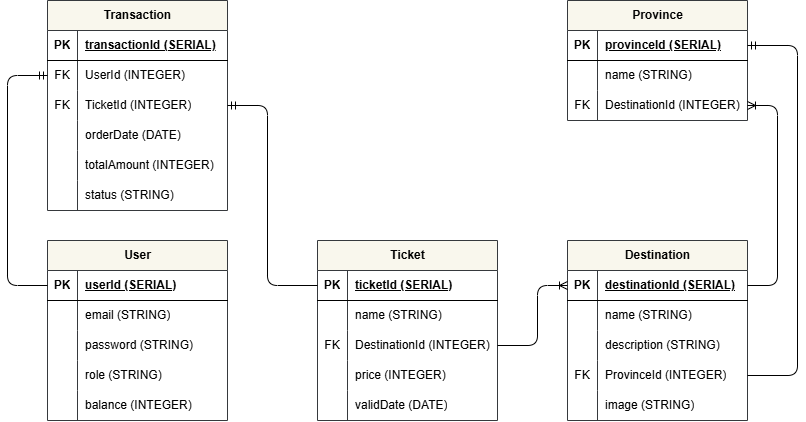
This is erd.drawio.png from afifchandrabayuaji/tiketopia, a draw.io export, as it was before one commit. Source tidied: cells renumbered, new cells last; positions are measured from the earlier drawing's top-left corner, leaving out a move shared by most shapes.
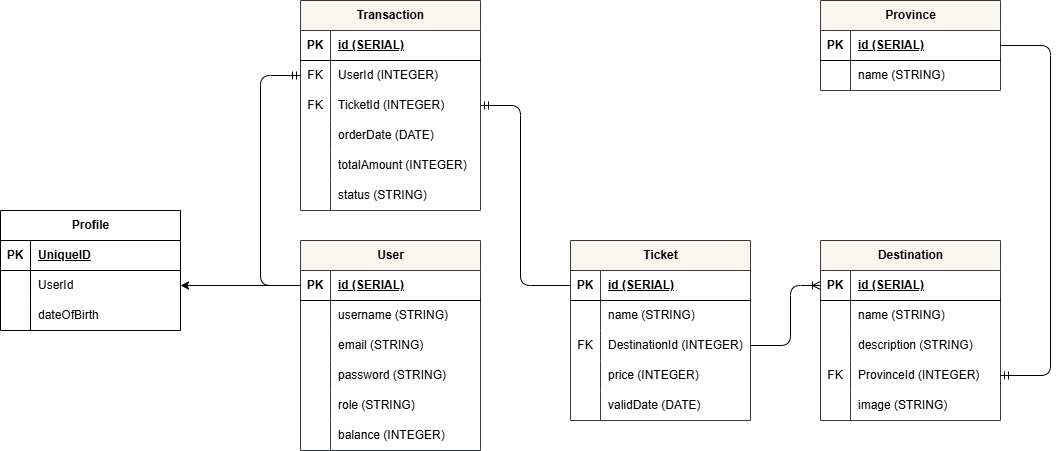
The same file after the commit.

Commit message:
Revisi ERD, Migration, & Association

The edit, as a diff of the source:
```diff
@@ -3,7 +3,7 @@
     <mxCell id="0" />
     <mxCell id="1" parent="0" />
     <mxCell id="2" value="User" style="shape=table;startSize=30;rowLines=0;fontStyle=1;align=center;html=1;fillColor=#f9f7ed;strokeColor=#36393d;" parent="1" vertex="1">
-      <mxGeometry x="40" y="240" width="180" height="180" as="geometry" />
+      <mxGeometry x="40" y="240" width="180" height="210" as="geometry" />
     </mxCell>
     <mxCell id="3" style="shape=tableRow;horizontal=0;startSize=0;swimlaneHead=0;swimlaneBody=0;fillColor=none;points=[[0,0.5],[1,0.5]];portConstraint=eastwest;top=0;left=0;right=0;bottom=1;" parent="2" vertex="1">
       <mxGeometry y="30" width="180" height="30" as="geometry" />
@@ -11,11 +11,20 @@
     <mxCell id="4" value="PK" style="shape=partialRectangle;fillColor=none;top=0;left=0;bottom=0;right=0;fontStyle=1;overflow=hidden;whiteSpace=wrap;html=1;" parent="3" vertex="1">
       <mxGeometry width="30" height="30" as="geometry" />
     </mxCell>
-    <mxCell id="5" value="userId (SERIAL)" style="shape=partialRectangle;fillColor=none;top=0;left=0;bottom=0;right=0;align=left;spacingLeft=6;fontStyle=5;overflow=hidden;whiteSpace=wrap;html=1;" parent="3" vertex="1">
+    <mxCell id="5" value="id (SERIAL)" style="shape=partialRectangle;fillColor=none;top=0;left=0;bottom=0;right=0;align=left;spacingLeft=6;fontStyle=5;overflow=hidden;whiteSpace=wrap;html=1;" parent="3" vertex="1">
       <mxGeometry x="30" width="150" height="30" as="geometry" />
     </mxCell>
+    <mxCell id="84" style="shape=tableRow;horizontal=0;startSize=0;swimlaneHead=0;swimlaneBody=0;fillColor=none;top=0;left=0;right=0;bottom=0;" parent="2" vertex="1">
+      <mxGeometry y="60" width="180" height="30" as="geometry" />
+    </mxCell>
+    <mxCell id="85" style="shape=partialRectangle;fillColor=none;top=0;left=0;bottom=0;right=0;overflow=hidden;whiteSpace=wrap;html=1;" parent="84" vertex="1">
+      <mxGeometry width="30" height="30" as="geometry" />
+    </mxCell>
+    <mxCell id="86" value="username (STRING)" style="shape=partialRectangle;fillColor=none;top=0;left=0;bottom=0;right=0;align=left;spacingLeft=6;overflow=hidden;whiteSpace=wrap;html=1;" parent="84" vertex="1">
+      <mxGeometry x="30" width="150" height="30" as="geometry" />
+    </mxCell>
     <mxCell id="6" style="shape=tableRow;horizontal=0;startSize=0;swimlaneHead=0;swimlaneBody=0;fillColor=none;top=0;left=0;right=0;bottom=0;" parent="2" vertex="1">
-      <mxGeometry y="60" width="180" height="30" as="geometry" />
+      <mxGeometry y="90" width="180" height="30" as="geometry" />
     </mxCell>
     <mxCell id="7" style="shape=partialRectangle;fillColor=none;top=0;left=0;bottom=0;right=0;overflow=hidden;whiteSpace=wrap;html=1;" parent="6" vertex="1">
       <mxGeometry width="30" height="30" as="geometry" />
@@ -24,7 +33,7 @@
       <mxGeometry x="30" width="150" height="30" as="geometry" />
     </mxCell>
     <mxCell id="9" style="shape=tableRow;horizontal=0;startSize=0;swimlaneHead=0;swimlaneBody=0;fillColor=none;top=0;left=0;right=0;bottom=0;" parent="2" vertex="1">
-      <mxGeometry y="90" width="180" height="30" as="geometry" />
+      <mxGeometry y="120" width="180" height="30" as="geometry" />
     </mxCell>
     <mxCell id="10" style="shape=partialRectangle;fillColor=none;top=0;left=0;bottom=0;right=0;overflow=hidden;whiteSpace=wrap;html=1;" parent="9" vertex="1">
       <mxGeometry width="30" height="30" as="geometry" />
@@ -33,7 +42,7 @@
       <mxGeometry x="30" width="150" height="30" as="geometry" />
     </mxCell>
     <mxCell id="12" style="shape=tableRow;horizontal=0;startSize=0;swimlaneHead=0;swimlaneBody=0;fillColor=none;top=0;left=0;right=0;bottom=0;" parent="2" vertex="1">
-      <mxGeometry y="120" width="180" height="30" as="geometry" />
+      <mxGeometry y="150" width="180" height="30" as="geometry" />
     </mxCell>
     <mxCell id="13" style="shape=partialRectangle;fillColor=none;top=0;left=0;bottom=0;right=0;overflow=hidden;whiteSpace=wrap;html=1;" parent="12" vertex="1">
       <mxGeometry width="30" height="30" as="geometry" />
@@ -42,7 +51,7 @@
       <mxGeometry x="30" width="150" height="30" as="geometry" />
     </mxCell>
     <mxCell id="15" style="shape=tableRow;horizontal=0;startSize=0;swimlaneHead=0;swimlaneBody=0;fillColor=none;top=0;left=0;right=0;bottom=0;" parent="2" vertex="1">
-      <mxGeometry y="150" width="180" height="30" as="geometry" />
+      <mxGeometry y="180" width="180" height="30" as="geometry" />
     </mxCell>
     <mxCell id="16" style="shape=partialRectangle;fillColor=none;top=0;left=0;bottom=0;right=0;overflow=hidden;whiteSpace=wrap;html=1;" parent="15" vertex="1">
       <mxGeometry width="30" height="30" as="geometry" />
@@ -59,7 +68,7 @@
     <mxCell id="20" value="PK" style="shape=partialRectangle;fillColor=none;top=0;left=0;bottom=0;right=0;fontStyle=1;overflow=hidden;whiteSpace=wrap;html=1;" parent="19" vertex="1">
       <mxGeometry width="30" height="30" as="geometry" />
     </mxCell>
-    <mxCell id="21" value="destinationId (SERIAL)" style="shape=partialRectangle;fillColor=none;top=0;left=0;bottom=0;right=0;align=left;spacingLeft=6;fontStyle=5;overflow=hidden;whiteSpace=wrap;html=1;" parent="19" vertex="1">
+    <mxCell id="21" value="id (SERIAL)" style="shape=partialRectangle;fillColor=none;top=0;left=0;bottom=0;right=0;align=left;spacingLeft=6;fontStyle=5;overflow=hidden;whiteSpace=wrap;html=1;" parent="19" vertex="1">
       <mxGeometry x="30" width="150" height="30" as="geometry" />
     </mxCell>
     <mxCell id="22" style="shape=tableRow;horizontal=0;startSize=0;swimlaneHead=0;swimlaneBody=0;fillColor=none;top=0;left=0;right=0;bottom=0;" parent="18" vertex="1">
@@ -107,7 +116,7 @@
     <mxCell id="36" value="PK" style="shape=partialRectangle;fillColor=none;top=0;left=0;bottom=0;right=0;fontStyle=1;overflow=hidden;whiteSpace=wrap;html=1;" parent="35" vertex="1">
       <mxGeometry width="30" height="30" as="geometry" />
     </mxCell>
-    <mxCell id="37" value="ticketId (SERIAL)" style="shape=partialRectangle;fillColor=none;top=0;left=0;bottom=0;right=0;align=left;spacingLeft=6;fontStyle=5;overflow=hidden;whiteSpace=wrap;html=1;" parent="35" vertex="1">
+    <mxCell id="37" value="id (SERIAL)" style="shape=partialRectangle;fillColor=none;top=0;left=0;bottom=0;right=0;align=left;spacingLeft=6;fontStyle=5;overflow=hidden;whiteSpace=wrap;html=1;" parent="35" vertex="1">
       <mxGeometry x="30" width="150" height="30" as="geometry" />
     </mxCell>
     <mxCell id="38" style="shape=tableRow;horizontal=0;startSize=0;swimlaneHead=0;swimlaneBody=0;fillColor=none;top=0;left=0;right=0;bottom=0;" parent="34" vertex="1">
@@ -163,7 +172,7 @@
     <mxCell id="53" value="PK" style="shape=partialRectangle;fillColor=none;top=0;left=0;bottom=0;right=0;fontStyle=1;overflow=hidden;whiteSpace=wrap;html=1;" parent="52" vertex="1">
       <mxGeometry width="30" height="30" as="geometry" />
     </mxCell>
-    <mxCell id="54" value="transactionId (SERIAL)" style="shape=partialRectangle;fillColor=none;top=0;left=0;bottom=0;right=0;align=left;spacingLeft=6;fontStyle=5;overflow=hidden;whiteSpace=wrap;html=1;" parent="52" vertex="1">
+    <mxCell id="54" value="id (SERIAL)" style="shape=partialRectangle;fillColor=none;top=0;left=0;bottom=0;right=0;align=left;spacingLeft=6;fontStyle=5;overflow=hidden;whiteSpace=wrap;html=1;" parent="52" vertex="1">
       <mxGeometry x="30" width="150" height="30" as="geometry" />
     </mxCell>
     <mxCell id="55" style="shape=tableRow;horizontal=0;startSize=0;swimlaneHead=0;swimlaneBody=0;fillColor=none;points=[[0,0.5],[1,0.5]];portConstraint=eastwest;top=0;left=0;right=0;bottom=0;" parent="51" vertex="1">
@@ -220,7 +229,7 @@
       </mxGeometry>
     </mxCell>
     <mxCell id="71" value="Province" style="shape=table;startSize=30;rowLines=0;fontStyle=1;align=center;html=1;fillColor=#f9f7ed;strokeColor=#36393d;" parent="1" vertex="1">
-      <mxGeometry x="560" width="180" height="120" as="geometry" />
+      <mxGeometry x="560" width="180" height="90" as="geometry" />
     </mxCell>
     <mxCell id="72" style="shape=tableRow;horizontal=0;startSize=0;swimlaneHead=0;swimlaneBody=0;fillColor=none;points=[[0,0.5],[1,0.5]];portConstraint=eastwest;top=0;left=0;right=0;bottom=1;" parent="71" vertex="1">
       <mxGeometry y="30" width="180" height="30" as="geometry" />
@@ -228,7 +237,7 @@
     <mxCell id="73" value="PK" style="shape=partialRectangle;fillColor=none;top=0;left=0;bottom=0;right=0;fontStyle=1;overflow=hidden;whiteSpace=wrap;html=1;" parent="72" vertex="1">
       <mxGeometry width="30" height="30" as="geometry" />
     </mxCell>
-    <mxCell id="74" value="provinceId (SERIAL)" style="shape=partialRectangle;fillColor=none;top=0;left=0;bottom=0;right=0;align=left;spacingLeft=6;fontStyle=5;overflow=hidden;whiteSpace=wrap;html=1;" parent="72" vertex="1">
+    <mxCell id="74" value="id (SERIAL)" style="shape=partialRectangle;fillColor=none;top=0;left=0;bottom=0;right=0;align=left;spacingLeft=6;fontStyle=5;overflow=hidden;whiteSpace=wrap;html=1;" parent="72" vertex="1">
       <mxGeometry x="30" width="150" height="30" as="geometry" />
     </mxCell>
     <mxCell id="75" style="shape=tableRow;horizontal=0;startSize=0;swimlaneHead=0;swimlaneBody=0;fillColor=none;top=0;left=0;right=0;bottom=0;" parent="71" vertex="1">
@@ -240,24 +249,7 @@
     <mxCell id="77" value="name (STRING)" style="shape=partialRectangle;fillColor=none;top=0;left=0;bottom=0;right=0;align=left;spacingLeft=6;overflow=hidden;whiteSpace=wrap;html=1;" parent="75" vertex="1">
       <mxGeometry x="30" width="150" height="30" as="geometry" />
     </mxCell>
-    <mxCell id="78" style="shape=tableRow;horizontal=0;startSize=0;swimlaneHead=0;swimlaneBody=0;fillColor=none;points=[[0,0.5],[1,0.5]];portConstraint=eastwest;top=0;left=0;right=0;bottom=0;" parent="71" vertex="1">
-      <mxGeometry y="90" width="180" height="30" as="geometry" />
-    </mxCell>
-    <mxCell id="79" value="FK" style="shape=partialRectangle;fillColor=none;top=0;left=0;bottom=0;right=0;overflow=hidden;whiteSpace=wrap;html=1;" parent="78" vertex="1">
-      <mxGeometry width="30" height="30" as="geometry" />
-    </mxCell>
-    <mxCell id="80" value="DestinationId (INTEGER)" style="shape=partialRectangle;fillColor=none;top=0;left=0;bottom=0;right=0;align=left;spacingLeft=6;overflow=hidden;whiteSpace=wrap;html=1;" parent="78" vertex="1">
-      <mxGeometry x="30" width="150" height="30" as="geometry" />
-    </mxCell>
-    <mxCell id="81" style="edgeStyle=none;html=1;exitX=1;exitY=0.5;exitDx=0;exitDy=0;entryX=1;entryY=0.5;entryDx=0;entryDy=0;startArrow=none;startFill=0;endArrow=ERoneToMany;endFill=0;" parent="1" edge="1" source="19" target="78">
-      <mxGeometry relative="1" as="geometry">
-        <Array as="points">
-          <mxPoint x="770" y="285" />
-          <mxPoint x="770" y="105" />
-        </Array>
-      </mxGeometry>
-    </mxCell>
-    <mxCell id="82" style="edgeStyle=none;html=1;exitX=1;exitY=0.5;exitDx=0;exitDy=0;entryX=1;entryY=0.5;entryDx=0;entryDy=0;endArrow=ERmandOne;endFill=0;startArrow=none;startFill=0;" parent="1" edge="1" source="28" target="72">
+    <mxCell id="82" style="edgeStyle=none;html=1;exitX=1;exitY=0.5;exitDx=0;exitDy=0;entryX=1;entryY=0.5;entryDx=0;entryDy=0;endArrow=none;endFill=0;startArrow=ERmandOne;startFill=0;" parent="1" edge="1" source="28" target="72">
       <mxGeometry relative="1" as="geometry">
         <Array as="points">
           <mxPoint x="790" y="375" />
@@ -273,5 +265,38 @@
         </Array>
       </mxGeometry>
     </mxCell>
+    <mxCell id="87" value="Profile" style="shape=table;startSize=30;rowLines=0;fontStyle=1;align=center;html=1;" parent="1" vertex="1">
+      <mxGeometry x="-260" y="210" width="180" height="120" as="geometry" />
+    </mxCell>
+    <mxCell id="88" style="shape=tableRow;horizontal=0;startSize=0;swimlaneHead=0;swimlaneBody=0;fillColor=none;top=0;left=0;right=0;bottom=1;" parent="87" vertex="1">
+      <mxGeometry y="30" width="180" height="30" as="geometry" />
+    </mxCell>
+    <mxCell id="89" value="PK" style="shape=partialRectangle;fillColor=none;top=0;left=0;bottom=0;right=0;fontStyle=1;overflow=hidden;whiteSpace=wrap;html=1;" parent="88" vertex="1">
+      <mxGeometry width="30" height="30" as="geometry" />
+    </mxCell>
+    <mxCell id="90" value="UniqueID" style="shape=partialRectangle;fillColor=none;top=0;left=0;bottom=0;right=0;align=left;spacingLeft=6;fontStyle=5;overflow=hidden;whiteSpace=wrap;html=1;" parent="88" vertex="1">
+      <mxGeometry x="30" width="150" height="30" as="geometry" />
+    </mxCell>
+    <mxCell id="91" style="shape=tableRow;horizontal=0;startSize=0;swimlaneHead=0;swimlaneBody=0;fillColor=none;points=[[0,0.5],[1,0.5]];portConstraint=eastwest;top=0;left=0;right=0;bottom=0;" parent="87" vertex="1">
+      <mxGeometry y="60" width="180" height="30" as="geometry" />
+    </mxCell>
+    <mxCell id="92" style="shape=partialRectangle;fillColor=none;top=0;left=0;bottom=0;right=0;overflow=hidden;whiteSpace=wrap;html=1;" parent="91" vertex="1">
+      <mxGeometry width="30" height="30" as="geometry" />
+    </mxCell>
+    <mxCell id="93" value="UserId" style="shape=partialRectangle;fillColor=none;top=0;left=0;bottom=0;right=0;align=left;spacingLeft=6;overflow=hidden;whiteSpace=wrap;html=1;" parent="91" vertex="1">
+      <mxGeometry x="30" width="150" height="30" as="geometry" />
+    </mxCell>
+    <mxCell id="78" style="shape=tableRow;horizontal=0;startSize=0;swimlaneHead=0;swimlaneBody=0;fillColor=none;points=[[0,0.5],[1,0.5]];portConstraint=eastwest;top=0;left=0;right=0;bottom=0;" parent="87" vertex="1">
+      <mxGeometry y="90" width="180" height="30" as="geometry" />
+    </mxCell>
+    <mxCell id="94" style="shape=partialRectangle;fillColor=none;top=0;left=0;bottom=0;right=0;overflow=hidden;whiteSpace=wrap;html=1;" parent="78" vertex="1">
+      <mxGeometry width="30" height="30" as="geometry" />
+    </mxCell>
+    <mxCell id="95" value="dateOfBirth" style="shape=partialRectangle;fillColor=none;top=0;left=0;bottom=0;right=0;align=left;spacingLeft=6;overflow=hidden;whiteSpace=wrap;html=1;" parent="78" vertex="1">
+      <mxGeometry x="30" width="150" height="30" as="geometry" />
+    </mxCell>
+    <mxCell id="96" style="edgeStyle=none;html=1;exitX=0;exitY=0.5;exitDx=0;exitDy=0;entryX=1;entryY=0.5;entryDx=0;entryDy=0;" parent="1" edge="1" source="3" target="91">
+      <mxGeometry relative="1" as="geometry" />
+    </mxCell>
   </root>
 </mxGraphModel>
```
